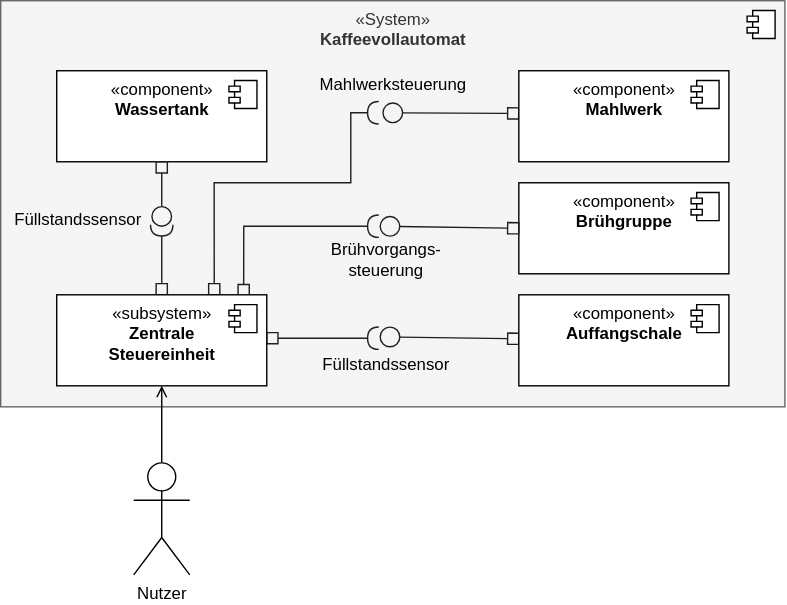
The draw.io diagram images/Komponentendiagramm-Komplexbeispiel.svg in HerrLoesch/UMLite, before a commit. Source tidied: cells renumbered, new cells last; positions are measured from the earlier drawing's top-left corner, leaving out a move shared by most shapes.
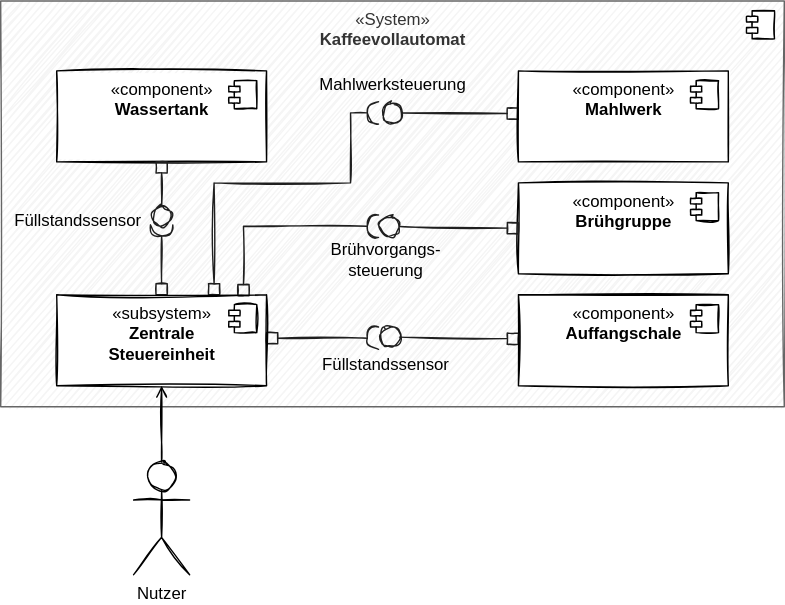
Above is the later version.

Commit message:
Komponentendiagramm auf Skizze umgestellt

The edit, as a diff of the source:
```diff
@@ -2,28 +2,28 @@
   <root>
     <mxCell id="0" />
     <mxCell id="1" parent="0" />
-    <mxCell id="2" value="«System»&lt;br&gt;&lt;b&gt;Kaffeevollautomat&lt;/b&gt;" style="html=1;verticalAlign=top;fillColor=#f5f5f5;strokeColor=#666666;fontColor=#333333;" parent="1" vertex="1">
+    <mxCell id="2" value="«System»&lt;br&gt;&lt;b&gt;Kaffeevollautomat&lt;/b&gt;" style="html=1;verticalAlign=top;fillColor=#f5f5f5;strokeColor=#666666;fontColor=#333333;sketch=1;" parent="1" vertex="1">
       <mxGeometry width="560" height="290" as="geometry" />
     </mxCell>
-    <mxCell id="3" style="shape=module;jettyWidth=8;jettyHeight=4;" parent="2" vertex="1">
+    <mxCell id="3" style="shape=module;jettyWidth=8;jettyHeight=4;sketch=1;" parent="2" vertex="1">
       <mxGeometry x="1" width="20" height="20" relative="1" as="geometry">
         <mxPoint x="-27" y="7" as="offset" />
       </mxGeometry>
     </mxCell>
-    <mxCell id="4" value="«component»&lt;br&gt;&lt;b&gt;Brühgruppe&lt;/b&gt;" style="html=1;verticalAlign=top;" parent="1" vertex="1">
+    <mxCell id="4" value="«component»&lt;br&gt;&lt;b&gt;Brühgruppe&lt;/b&gt;" style="html=1;verticalAlign=top;sketch=1;" parent="1" vertex="1">
       <mxGeometry x="370" y="130" width="150" height="65" as="geometry" />
     </mxCell>
-    <mxCell id="5" style="shape=module;jettyWidth=8;jettyHeight=4;verticalAlign=top;" parent="4" vertex="1">
+    <mxCell id="5" style="shape=module;jettyWidth=8;jettyHeight=4;verticalAlign=top;sketch=1;" parent="4" vertex="1">
       <mxGeometry x="1" width="20" height="20" relative="1" as="geometry">
         <mxPoint x="-27" y="7" as="offset" />
       </mxGeometry>
     </mxCell>
-    <mxCell id="6" style="edgeStyle=none;rounded=0;jettySize=auto;html=1;startArrow=box;startFill=0;endArrow=halfCircle;endFill=0;strokeColor=#1F1F1F;" parent="1" edge="1" source="10">
+    <mxCell id="6" style="edgeStyle=none;rounded=0;jettySize=auto;html=1;startArrow=box;startFill=0;endArrow=halfCircle;endFill=0;strokeColor=#1F1F1F;sketch=1;" parent="1" edge="1" source="10">
       <mxGeometry relative="1" as="geometry">
         <mxPoint x="115" y="160" as="targetPoint" />
       </mxGeometry>
     </mxCell>
-    <mxCell id="7" style="edgeStyle=orthogonalEdgeStyle;rounded=0;jettySize=auto;html=1;startArrow=box;startFill=0;endArrow=halfCircle;endFill=0;strokeColor=#1F1F1F;exitX=0.75;exitY=0;exitDx=0;exitDy=0;" parent="1" edge="1" source="10">
+    <mxCell id="7" style="edgeStyle=orthogonalEdgeStyle;rounded=0;jettySize=auto;html=1;startArrow=box;startFill=0;endArrow=halfCircle;endFill=0;strokeColor=#1F1F1F;exitX=0.75;exitY=0;exitDx=0;exitDy=0;sketch=1;" parent="1" edge="1" source="10">
       <mxGeometry relative="1" as="geometry">
         <mxPoint x="270" y="80" as="targetPoint" />
         <Array as="points">
@@ -32,7 +32,7 @@
         </Array>
       </mxGeometry>
     </mxCell>
-    <mxCell id="8" style="edgeStyle=orthogonalEdgeStyle;rounded=0;jettySize=auto;html=1;startArrow=box;startFill=0;endArrow=halfCircle;endFill=0;strokeColor=#1F1F1F;exitX=0.89;exitY=0.01;exitDx=0;exitDy=0;exitPerimeter=0;" parent="1" edge="1" source="10">
+    <mxCell id="8" style="edgeStyle=orthogonalEdgeStyle;rounded=0;jettySize=auto;html=1;startArrow=box;startFill=0;endArrow=halfCircle;endFill=0;strokeColor=#1F1F1F;exitX=0.89;exitY=0.01;exitDx=0;exitDy=0;exitPerimeter=0;sketch=1;" parent="1" edge="1" source="10">
       <mxGeometry relative="1" as="geometry">
         <mxPoint x="270" y="161" as="targetPoint" />
         <Array as="points">
@@ -40,81 +40,81 @@
         </Array>
       </mxGeometry>
     </mxCell>
-    <mxCell id="9" style="edgeStyle=orthogonalEdgeStyle;rounded=0;orthogonalLoop=1;jettySize=auto;html=1;startArrow=box;startFill=0;endArrow=halfCircle;endFill=0;strokeColor=#1F1F1F;" parent="1" edge="1">
+    <mxCell id="9" style="edgeStyle=orthogonalEdgeStyle;rounded=0;orthogonalLoop=1;jettySize=auto;html=1;startArrow=box;startFill=0;endArrow=halfCircle;endFill=0;strokeColor=#1F1F1F;sketch=1;" parent="1" edge="1">
       <mxGeometry relative="1" as="geometry">
         <mxPoint x="190" y="241" as="sourcePoint" />
         <mxPoint x="270" y="241" as="targetPoint" />
       </mxGeometry>
     </mxCell>
-    <mxCell id="10" value="«subsystem»&lt;br&gt;&lt;b&gt;Zentrale &lt;br&gt;Steuereinheit&lt;/b&gt;" style="html=1;verticalAlign=top;" parent="1" vertex="1">
+    <mxCell id="10" value="«subsystem»&lt;br&gt;&lt;b&gt;Zentrale &lt;br&gt;Steuereinheit&lt;/b&gt;" style="html=1;verticalAlign=top;sketch=1;" parent="1" vertex="1">
       <mxGeometry x="40" y="210" width="150" height="65" as="geometry" />
     </mxCell>
-    <mxCell id="11" style="shape=module;jettyWidth=8;jettyHeight=4;verticalAlign=top;" parent="10" vertex="1">
+    <mxCell id="11" style="shape=module;jettyWidth=8;jettyHeight=4;verticalAlign=top;sketch=1;" parent="10" vertex="1">
       <mxGeometry x="1" width="20" height="20" relative="1" as="geometry">
         <mxPoint x="-27" y="7" as="offset" />
       </mxGeometry>
     </mxCell>
-    <mxCell id="12" style="edgeStyle=none;rounded=0;jettySize=auto;html=1;startArrow=box;startFill=0;endArrow=circle;endFill=0;strokeColor=#1F1F1F;" parent="1" edge="1" source="13">
+    <mxCell id="12" style="edgeStyle=none;rounded=0;jettySize=auto;html=1;startArrow=box;startFill=0;endArrow=circle;endFill=0;strokeColor=#1F1F1F;sketch=1;" parent="1" edge="1" source="13">
       <mxGeometry relative="1" as="geometry">
         <mxPoint x="270" y="240" as="targetPoint" />
       </mxGeometry>
     </mxCell>
-    <mxCell id="13" value="«component»&lt;br&gt;&lt;b&gt;Auffangschale&lt;/b&gt;" style="html=1;verticalAlign=top;" parent="1" vertex="1">
+    <mxCell id="13" value="«component»&lt;br&gt;&lt;b&gt;Auffangschale&lt;/b&gt;" style="html=1;verticalAlign=top;sketch=1;" parent="1" vertex="1">
       <mxGeometry x="370" y="210" width="150" height="65" as="geometry" />
     </mxCell>
-    <mxCell id="14" style="shape=module;jettyWidth=8;jettyHeight=4;verticalAlign=top;" parent="13" vertex="1">
+    <mxCell id="14" style="shape=module;jettyWidth=8;jettyHeight=4;verticalAlign=top;sketch=1;" parent="13" vertex="1">
       <mxGeometry x="1" width="20" height="20" relative="1" as="geometry">
         <mxPoint x="-27" y="7" as="offset" />
       </mxGeometry>
     </mxCell>
-    <mxCell id="15" value="«component»&lt;br&gt;&lt;b&gt;Wassertank&lt;/b&gt;" style="html=1;verticalAlign=top;" parent="1" vertex="1">
+    <mxCell id="15" value="«component»&lt;br&gt;&lt;b&gt;Wassertank&lt;/b&gt;" style="html=1;verticalAlign=top;sketch=1;" parent="1" vertex="1">
       <mxGeometry x="40" y="50" width="150" height="65" as="geometry" />
     </mxCell>
-    <mxCell id="16" style="shape=module;jettyWidth=8;jettyHeight=4;verticalAlign=top;" parent="15" vertex="1">
+    <mxCell id="16" style="shape=module;jettyWidth=8;jettyHeight=4;verticalAlign=top;sketch=1;" parent="15" vertex="1">
       <mxGeometry x="1" width="20" height="20" relative="1" as="geometry">
         <mxPoint x="-27" y="7" as="offset" />
       </mxGeometry>
     </mxCell>
-    <mxCell id="17" style="edgeStyle=none;rounded=0;jettySize=auto;html=1;startArrow=box;startFill=0;endArrow=circle;endFill=0;strokeColor=#1F1F1F;exitX=0;exitY=0.5;exitDx=0;exitDy=0;" parent="1" edge="1" source="4">
+    <mxCell id="17" style="edgeStyle=none;rounded=0;jettySize=auto;html=1;startArrow=box;startFill=0;endArrow=circle;endFill=0;strokeColor=#1F1F1F;exitX=0;exitY=0.5;exitDx=0;exitDy=0;sketch=1;" parent="1" edge="1" source="4">
       <mxGeometry relative="1" as="geometry">
         <mxPoint x="270" y="161" as="targetPoint" />
       </mxGeometry>
     </mxCell>
-    <mxCell id="18" style="edgeStyle=none;rounded=0;orthogonalLoop=1;jettySize=auto;html=1;startArrow=box;startFill=0;endArrow=circle;endFill=0;strokeColor=#1F1F1F;exitX=0;exitY=0.5;exitDx=0;exitDy=0;" parent="1" edge="1">
+    <mxCell id="18" style="edgeStyle=none;rounded=0;orthogonalLoop=1;jettySize=auto;html=1;startArrow=box;startFill=0;endArrow=circle;endFill=0;strokeColor=#1F1F1F;exitX=0;exitY=0.5;exitDx=0;exitDy=0;sketch=1;" parent="1" edge="1">
       <mxGeometry relative="1" as="geometry">
         <mxPoint x="370" y="80.5" as="sourcePoint" />
         <mxPoint x="272" y="80" as="targetPoint" />
       </mxGeometry>
     </mxCell>
-    <mxCell id="19" style="edgeStyle=none;rounded=0;jettySize=auto;html=1;startArrow=box;startFill=0;endArrow=circle;endFill=0;strokeColor=#1F1F1F;" parent="1" edge="1" source="15">
+    <mxCell id="19" style="edgeStyle=none;rounded=0;jettySize=auto;html=1;startArrow=box;startFill=0;endArrow=circle;endFill=0;strokeColor=#1F1F1F;sketch=1;" parent="1" edge="1" source="15">
       <mxGeometry relative="1" as="geometry">
         <mxPoint x="115" y="162" as="targetPoint" />
       </mxGeometry>
     </mxCell>
-    <mxCell id="20" value="«component»&lt;br&gt;&lt;b&gt;Mahlwerk&lt;/b&gt;" style="html=1;verticalAlign=top;" parent="1" vertex="1">
+    <mxCell id="20" value="«component»&lt;br&gt;&lt;b&gt;Mahlwerk&lt;/b&gt;" style="html=1;verticalAlign=top;sketch=1;" parent="1" vertex="1">
       <mxGeometry x="370" y="50" width="150" height="65" as="geometry" />
     </mxCell>
-    <mxCell id="21" style="shape=module;jettyWidth=8;jettyHeight=4;verticalAlign=top;" parent="20" vertex="1">
+    <mxCell id="21" style="shape=module;jettyWidth=8;jettyHeight=4;verticalAlign=top;sketch=1;" parent="20" vertex="1">
       <mxGeometry x="1" width="20" height="20" relative="1" as="geometry">
         <mxPoint x="-27" y="7" as="offset" />
       </mxGeometry>
     </mxCell>
-    <mxCell id="22" value="Füllstandssensor" style="text;html=1;align=center;verticalAlign=middle;strokeColor=none;fillColor=none;" parent="1" vertex="1">
+    <mxCell id="22" value="Füllstandssensor" style="text;html=1;align=center;verticalAlign=middle;strokeColor=none;fillColor=none;sketch=1;" parent="1" vertex="1">
       <mxGeometry y="147" width="110" height="20" as="geometry" />
     </mxCell>
-    <mxCell id="23" value="Füllstandssensor" style="text;html=1;align=center;verticalAlign=middle;strokeColor=none;fillColor=none;" parent="1" vertex="1">
+    <mxCell id="23" value="Füllstandssensor" style="text;html=1;align=center;verticalAlign=middle;strokeColor=none;fillColor=none;sketch=1;" parent="1" vertex="1">
       <mxGeometry x="220" y="250" width="110" height="20" as="geometry" />
     </mxCell>
-    <mxCell id="24" value="Brühvorgangs-&lt;br&gt;steuerung" style="text;html=1;align=center;verticalAlign=middle;strokeColor=none;fillColor=none;" parent="1" vertex="1">
+    <mxCell id="24" value="Brühvorgangs-&lt;br&gt;steuerung" style="text;html=1;align=center;verticalAlign=middle;strokeColor=none;fillColor=none;sketch=1;" parent="1" vertex="1">
       <mxGeometry x="230" y="170" width="90" height="30" as="geometry" />
     </mxCell>
-    <mxCell id="25" value="Mahlwerksteuerung" style="text;html=1;align=center;verticalAlign=middle;strokeColor=none;fillColor=none;" parent="1" vertex="1">
+    <mxCell id="25" value="Mahlwerksteuerung" style="text;html=1;align=center;verticalAlign=middle;strokeColor=none;fillColor=none;sketch=1;" parent="1" vertex="1">
       <mxGeometry x="220" y="50" width="120" height="20" as="geometry" />
     </mxCell>
-    <mxCell id="26" style="edgeStyle=none;html=1;endArrow=open;endFill=0;" parent="1" edge="1" source="27" target="10">
+    <mxCell id="26" style="edgeStyle=none;html=1;endArrow=open;endFill=0;sketch=1;" parent="1" edge="1" source="27" target="10">
       <mxGeometry relative="1" as="geometry" />
     </mxCell>
-    <mxCell id="27" value="Nutzer" style="shape=umlActor;verticalLabelPosition=bottom;verticalAlign=top;html=1;" parent="1" vertex="1">
+    <mxCell id="27" value="Nutzer" style="shape=umlActor;verticalLabelPosition=bottom;verticalAlign=top;html=1;sketch=1;" parent="1" vertex="1">
       <mxGeometry x="95" y="330" width="40" height="80" as="geometry" />
     </mxCell>
   </root>
```
